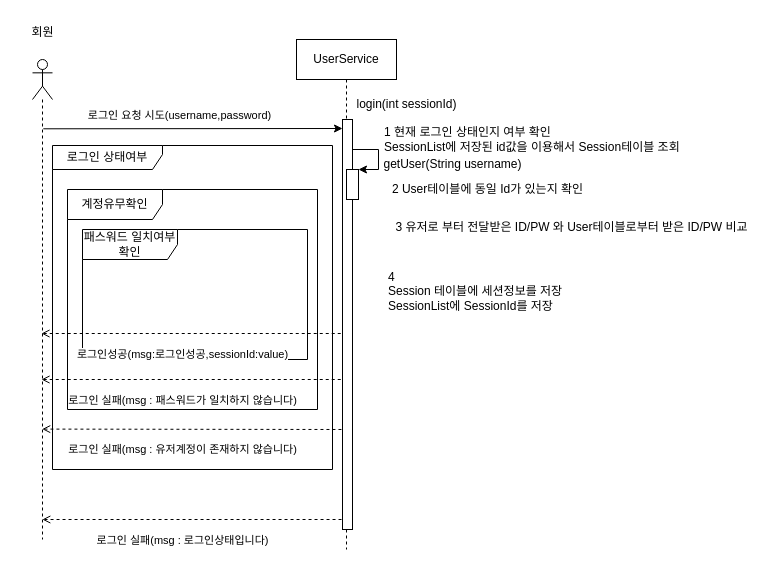
EM-ORG-2023-12-27/05_JAVA_ECLIPSE keeps this draw.io diagram as src/Ch36/ee.drawio. Above is the earlier version. Source tidied: cells renumbered, new cells numbered last; positions are measured from the earlier drawing's top-left corner, leaving out a move shared by most shapes. Both pictures are drawn from the tidied source at 100%, with x=0, y=0 at pixel (17, 17).
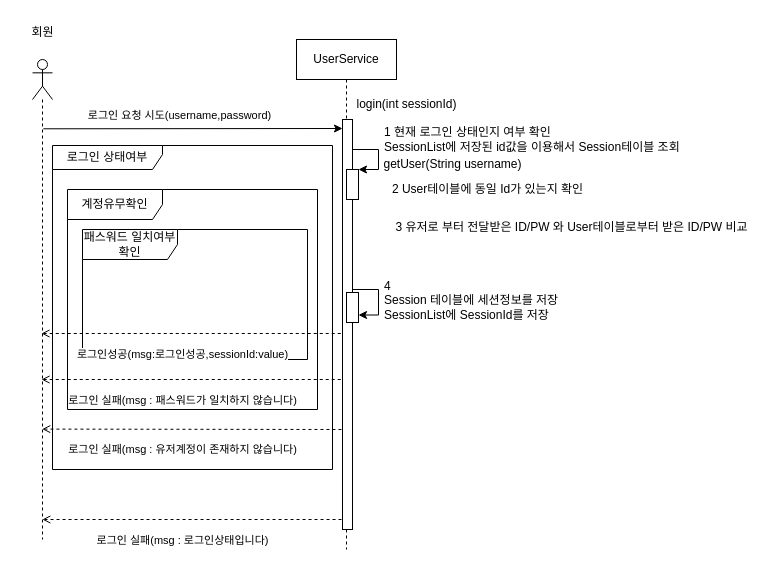
The same diagram, later.

Diff of the diagram source:
```diff
@@
     <mxCell id="5" value="4&amp;nbsp;&lt;div&gt;Session 테이블에 세션정보를 저장&lt;/div&gt;&lt;div&gt;SessionList에 SessionId를 저장&lt;br&gt;&lt;div&gt;&lt;br&gt;&lt;/div&gt;&lt;/div&gt;" style="text;html=1;align=left;verticalAlign=middle;strokeColor=none;fillColor=none;" parent="1" vertex="1">
-      <mxGeometry x="369" y="246" width="210" height="70" as="geometry" />
+      <mxGeometry x="365" y="255" width="210" height="70" as="geometry" />
     </mxCell>
@@
+    <mxCell id="27" style="edgeStyle=orthogonalEdgeStyle;rounded=0;orthogonalLoop=1;jettySize=auto;html=1;entryX=1;entryY=0.75;entryDx=0;entryDy=0;" parent="1" edge="1" source="28" target="28">
+      <mxGeometry relative="1" as="geometry">
+        <Array as="points">
+          <mxPoint x="335" y="272" />
+          <mxPoint x="361" y="272" />
+          <mxPoint x="361" y="297" />
+        </Array>
+      </mxGeometry>
+    </mxCell>
+    <mxCell id="28" style="rounded=0;whiteSpace=wrap;html=1;" parent="1" vertex="1">
+      <mxGeometry x="329" y="275" width="12" height="30" as="geometry" />
+    </mxCell>
```
